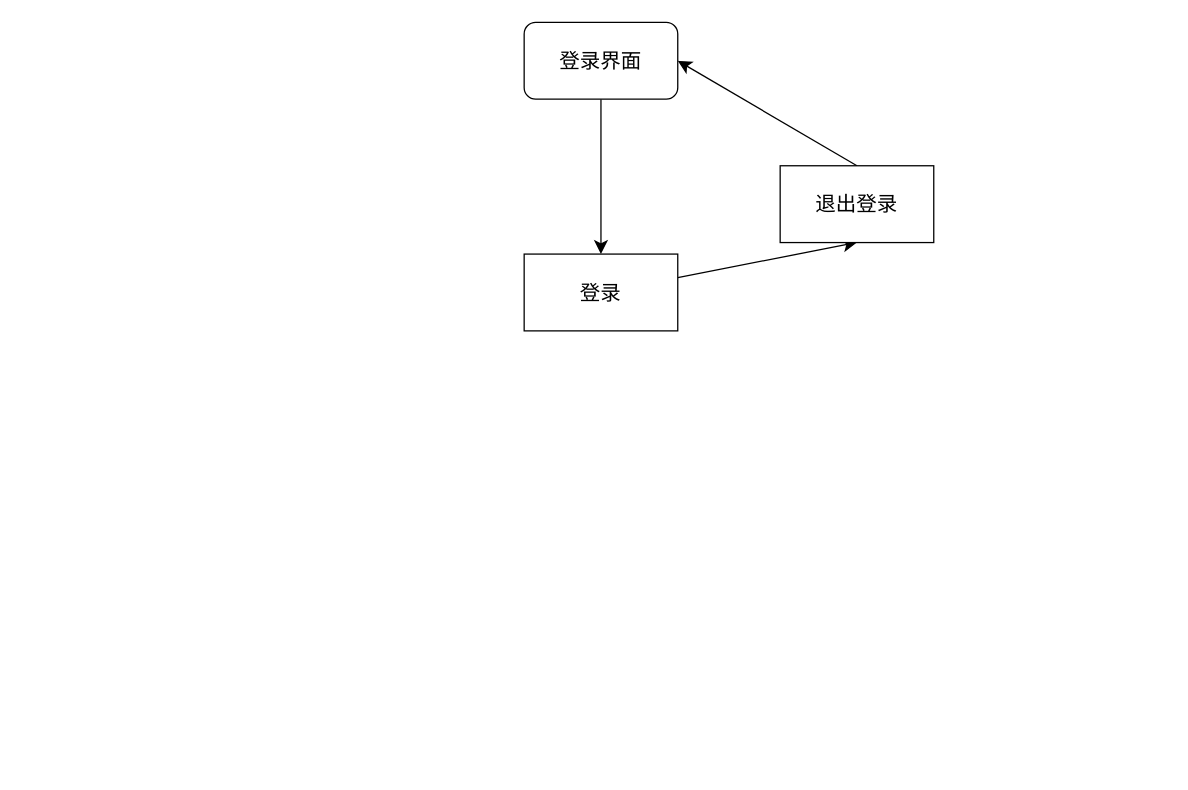
The draw.io diagram 毕业设计.drawio in PEI-GEN/myPic, before the edit. Source tidied: cells renumbered, new cells numbered last; positions are measured from the earlier drawing's top-left corner, leaving out a move shared by most shapes. Both pictures are drawn from the tidied source at 128%, with x=0, y=0 at pixel (524, 22).
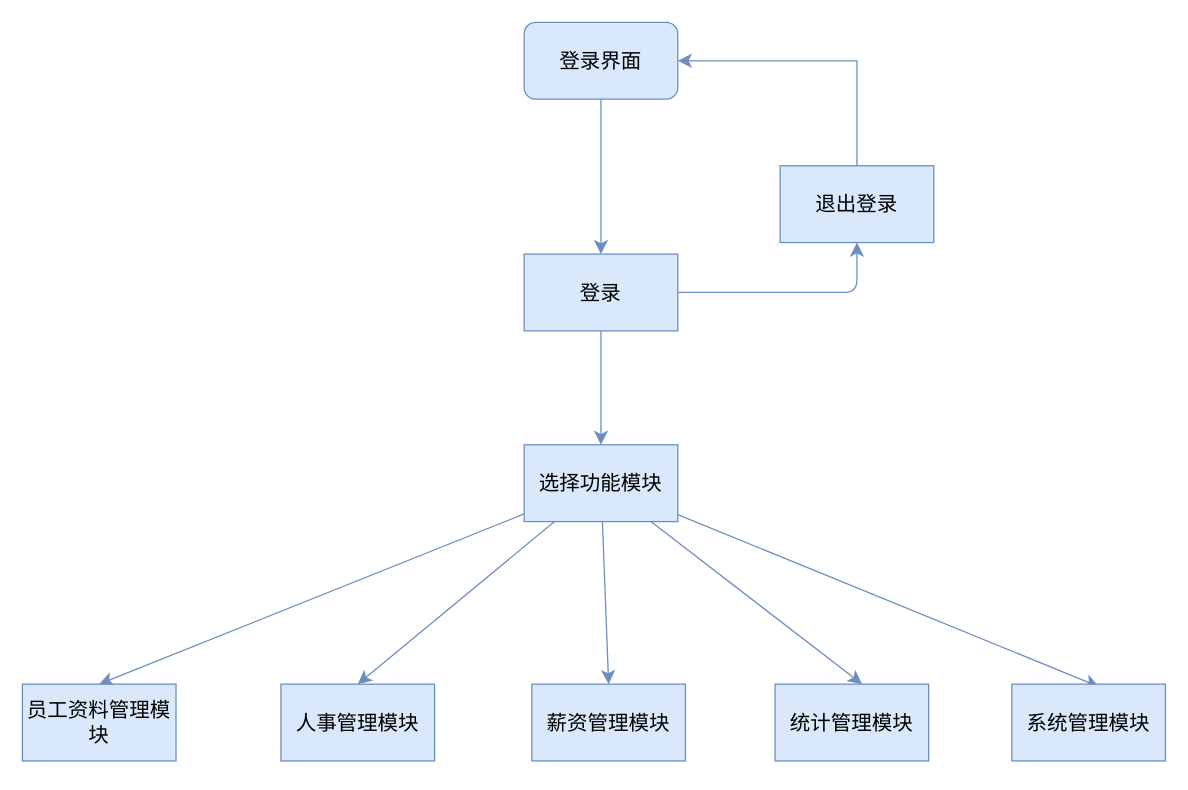
Above is the later version.

Commit message (it also covers changes not shown here):
更新毕业设计.drawio

What changed in the source:
```diff
@@
 <mxGraphModel>
   <root>
     <mxCell id="0" />
     <mxCell id="1" parent="0" />
-    <mxCell id="2" style="edgeStyle=none;curved=1;rounded=0;jettySize=auto;html=1;fontSize=12;startSize=8;endSize=8;" parent="1" edge="1" source="3" target="5">
+    <mxCell id="2" style="edgeStyle=none;curved=1;rounded=0;jettySize=auto;html=1;fontSize=12;startSize=8;endSize=8;fillColor=#dae8fc;strokeColor=#6c8ebf;" parent="1" edge="1" source="3" target="5">
       <mxGeometry relative="1" as="geometry" />
     </mxCell>
-    <mxCell id="3" value="登录界面" style="rounded=1;whiteSpace=wrap;html=1;fontSize=16;" parent="1" vertex="1">
+    <mxCell id="3" value="登录界面" style="rounded=1;whiteSpace=wrap;html=1;fontSize=16;fillColor=#dae8fc;strokeColor=#6c8ebf;" parent="1" vertex="1">
       <mxGeometry width="120" height="60" as="geometry" />
     </mxCell>
-    <mxCell id="4" style="edgeStyle=none;jettySize=auto;html=1;entryX=0.5;entryY=1;entryDx=0;entryDy=0;fontSize=12;startSize=8;endSize=8;curved=1;strokeColor=default;" parent="1" edge="1" source="5" target="7">
+    <mxCell id="4" style="edgeStyle=orthogonalEdgeStyle;jettySize=auto;html=1;entryX=0.5;entryY=1;entryDx=0;entryDy=0;fontSize=12;startSize=8;endSize=8;strokeColor=#6c8ebf;fillColor=#dae8fc;" parent="1" edge="1" source="5" target="7">
       <mxGeometry relative="1" as="geometry" />
     </mxCell>
+    <mxCell id="8" style="edgeStyle=none;curved=1;rounded=0;jettySize=auto;html=1;exitX=0.5;exitY=1;exitDx=0;exitDy=0;entryX=0.5;entryY=0;entryDx=0;entryDy=0;fontSize=12;startSize=8;endSize=8;fillColor=#dae8fc;strokeColor=#6c8ebf;" parent="1" edge="1" source="5" target="14">
+      <mxGeometry relative="1" as="geometry" />
+    </mxCell>
-    <mxCell id="5" value="登录" style="rounded=0;whiteSpace=wrap;html=1;fontSize=16;" parent="1" vertex="1">
+    <mxCell id="5" value="登录" style="rounded=0;whiteSpace=wrap;html=1;fontSize=16;fillColor=#dae8fc;strokeColor=#6c8ebf;" parent="1" vertex="1">
       <mxGeometry y="181" width="120" height="60" as="geometry" />
     </mxCell>
-    <mxCell id="6" style="edgeStyle=none;curved=1;rounded=0;jettySize=auto;html=1;exitX=0.5;exitY=0;exitDx=0;exitDy=0;entryX=1;entryY=0.5;entryDx=0;entryDy=0;fontSize=12;startSize=8;endSize=8;" parent="1" edge="1" source="7" target="3">
+    <mxCell id="6" style="edgeStyle=orthogonalEdgeStyle;rounded=0;jettySize=auto;html=1;exitX=0.5;exitY=0;exitDx=0;exitDy=0;entryX=1;entryY=0.5;entryDx=0;entryDy=0;fontSize=12;startSize=8;endSize=8;fillColor=#dae8fc;strokeColor=#6c8ebf;" parent="1" edge="1" source="7" target="3">
       <mxGeometry relative="1" as="geometry" />
     </mxCell>
-    <mxCell id="7" value="退出登录" style="rounded=0;whiteSpace=wrap;html=1;fontSize=16;" parent="1" vertex="1">
+    <mxCell id="7" value="退出登录" style="rounded=0;whiteSpace=wrap;html=1;fontSize=16;fillColor=#dae8fc;strokeColor=#6c8ebf;" parent="1" vertex="1">
       <mxGeometry x="200" y="112" width="120" height="60" as="geometry" />
     </mxCell>
+    <mxCell id="9" style="edgeStyle=none;curved=1;rounded=0;jettySize=auto;html=1;entryX=0.5;entryY=0;entryDx=0;entryDy=0;fontSize=12;startSize=8;endSize=8;fillColor=#dae8fc;strokeColor=#6c8ebf;" parent="1" edge="1" source="14" target="16">
+      <mxGeometry relative="1" as="geometry" />
+    </mxCell>
+    <mxCell id="10" style="edgeStyle=none;curved=1;rounded=0;jettySize=auto;html=1;entryX=0.5;entryY=0;entryDx=0;entryDy=0;fontSize=12;startSize=8;endSize=8;fillColor=#dae8fc;strokeColor=#6c8ebf;" parent="1" edge="1" source="14" target="15">
+      <mxGeometry relative="1" as="geometry" />
+    </mxCell>
+    <mxCell id="11" style="edgeStyle=none;curved=1;rounded=0;jettySize=auto;html=1;entryX=0.5;entryY=0;entryDx=0;entryDy=0;fontSize=12;startSize=8;endSize=8;fillColor=#dae8fc;strokeColor=#6c8ebf;" parent="1" edge="1" source="14" target="17">
+      <mxGeometry relative="1" as="geometry" />
+    </mxCell>
+    <mxCell id="12" style="edgeStyle=none;curved=1;rounded=0;jettySize=auto;html=1;entryX=0.567;entryY=0;entryDx=0;entryDy=0;entryPerimeter=0;fontSize=12;startSize=8;endSize=8;fillColor=#dae8fc;strokeColor=#6c8ebf;" parent="1" edge="1" source="14" target="18">
+      <mxGeometry relative="1" as="geometry" />
+    </mxCell>
+    <mxCell id="13" style="edgeStyle=none;curved=1;rounded=0;jettySize=auto;html=1;entryX=0.567;entryY=0.033;entryDx=0;entryDy=0;entryPerimeter=0;fontSize=12;startSize=8;endSize=8;fillColor=#dae8fc;strokeColor=#6c8ebf;" parent="1" edge="1" source="14" target="19">
+      <mxGeometry relative="1" as="geometry" />
+    </mxCell>
+    <mxCell id="14" value="选择功能模块" style="rounded=0;whiteSpace=wrap;html=1;fontSize=16;fillColor=#dae8fc;strokeColor=#6c8ebf;" parent="1" vertex="1">
+      <mxGeometry y="330" width="120" height="60" as="geometry" />
+    </mxCell>
+    <mxCell id="15" value="&lt;p&gt;&lt;font face=&quot;宋体&quot;&gt;员工资料管理模块&lt;/font&gt;&lt;/p&gt;" style="rounded=0;whiteSpace=wrap;html=1;fontSize=16;fillColor=#dae8fc;strokeColor=#6c8ebf;" parent="1" vertex="1">
+      <mxGeometry x="-392" y="517" width="120" height="60" as="geometry" />
+    </mxCell>
+    <mxCell id="16" value="&lt;p&gt;&lt;font face=&quot;宋体&quot;&gt;人事管理模块&lt;/font&gt;&lt;/p&gt;" style="rounded=0;whiteSpace=wrap;html=1;fontSize=16;fillColor=#dae8fc;strokeColor=#6c8ebf;" parent="1" vertex="1">
+      <mxGeometry x="-190" y="517" width="120" height="60" as="geometry" />
+    </mxCell>
+    <mxCell id="17" value="&lt;p&gt;&lt;font face=&quot;宋体&quot;&gt;薪资管理模块&lt;/font&gt;&lt;/p&gt;" style="rounded=0;whiteSpace=wrap;html=1;fontSize=16;fillColor=#dae8fc;strokeColor=#6c8ebf;" parent="1" vertex="1">
+      <mxGeometry x="6" y="517" width="120" height="60" as="geometry" />
+    </mxCell>
+    <mxCell id="18" value="&lt;p&gt;&lt;font face=&quot;宋体&quot;&gt;统计管理模块&lt;/font&gt;&lt;/p&gt;" style="rounded=0;whiteSpace=wrap;html=1;fontSize=16;fillColor=#dae8fc;strokeColor=#6c8ebf;" parent="1" vertex="1">
+      <mxGeometry x="196" y="517" width="120" height="60" as="geometry" />
+    </mxCell>
+    <mxCell id="19" value="&lt;p&gt;&lt;font face=&quot;宋体&quot;&gt;系统管理模块&lt;/font&gt;&lt;/p&gt;" style="rounded=0;whiteSpace=wrap;html=1;fontSize=16;fillColor=#dae8fc;strokeColor=#6c8ebf;" parent="1" vertex="1">
+      <mxGeometry x="381" y="517" width="120" height="60" as="geometry" />
+    </mxCell>
   </root>
 </mxGraphModel>
```
